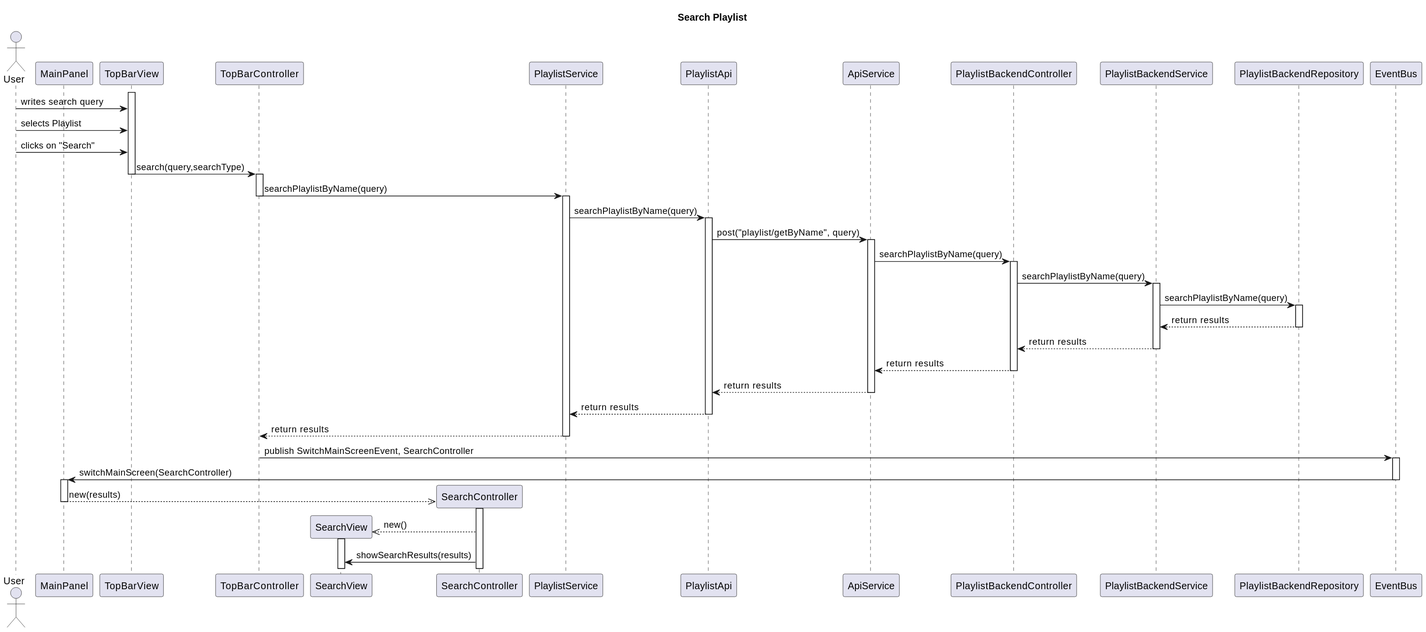
RubenKingCP/Tunix keeps this PlantUML diagram as Paradoteo_4/SequenceDiagrams-v0.3/SearchPlaylist.svg. Above is the earlier version.
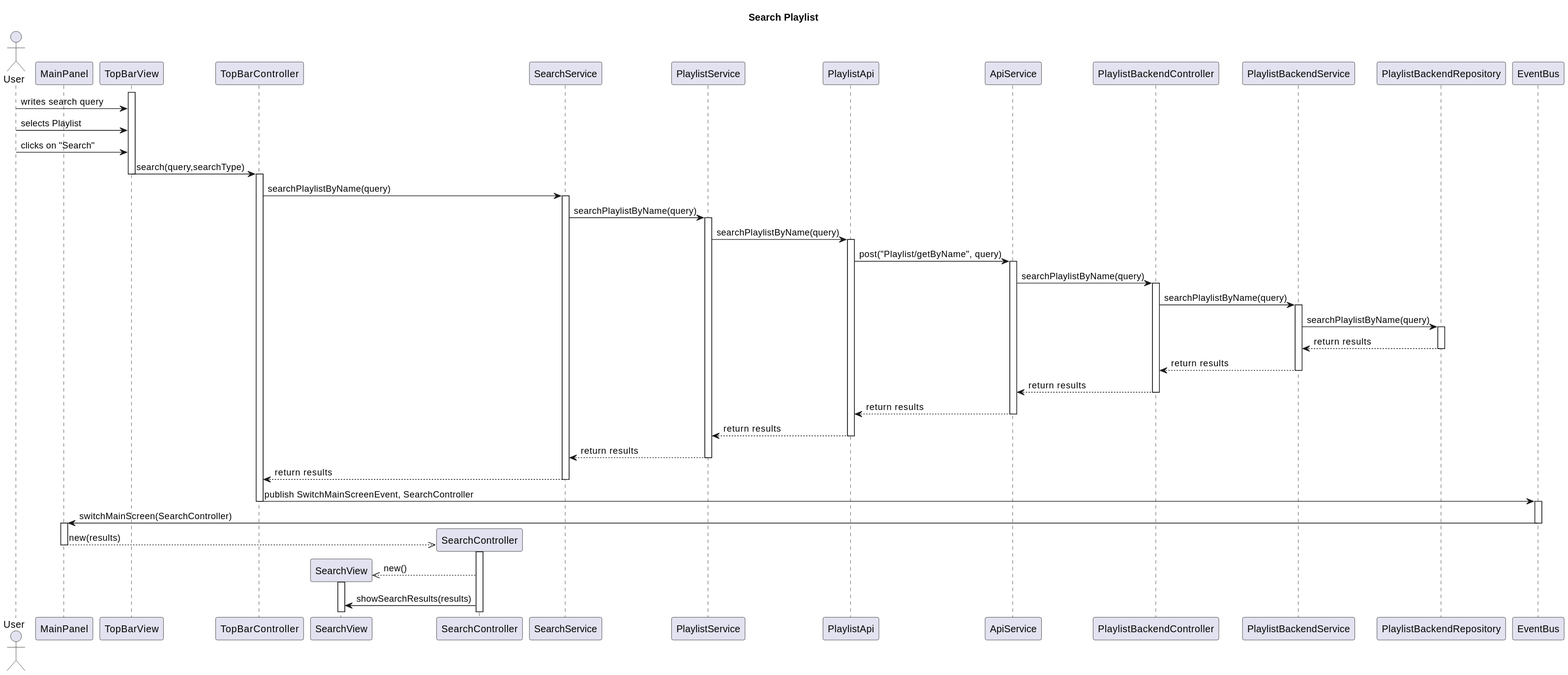
The same diagram one commit later.

Diff of the diagram source:
```diff
@@ -8,6 +8,7 @@
 participant TopBarController
 participant SearchView
 participant SearchController
+participant SearchService
 participant PlaylistService
 participant PlaylistApi
 participant ApiService
@@ -25,12 +26,13 @@
 TopBarView -> TopBarController : search(query,searchType)
 deactivate TopBarView
 activate TopBarController
-TopBarController -> PlaylistService : searchPlaylistByName(query)
-deactivate TopBarController
+TopBarController -> SearchService : searchPlaylistByName(query)
+activate SearchService
+SearchService -> PlaylistService : searchPlaylistByName(query)
 activate PlaylistService
 PlaylistService -> PlaylistApi : searchPlaylistByName(query)
 activate PlaylistApi
-PlaylistApi -> ApiService : post("playlist/getByName", query)
+PlaylistApi -> ApiService : post("Playlist/getByName", query)
 activate ApiService
 ApiService -> PlaylistBackendController : searchPlaylistByName(query)
 activate PlaylistBackendController
@@ -48,9 +50,12 @@
 deactivate ApiService
 PlaylistApi --> PlaylistService : return results
 deactivate PlaylistApi
-PlaylistService --> TopBarController : return results
+PlaylistService --> SearchService : return results
 deactivate PlaylistService
+SearchService --> TopBarController : return results
+deactivate SearchService
 TopBarController -> EventBus : publish SwitchMainScreenEvent, SearchController
+deactivate TopBarController
 activate EventBus
 EventBus -> MainPanel : switchMainScreen(SearchController)
 deactivate EventBus
```
